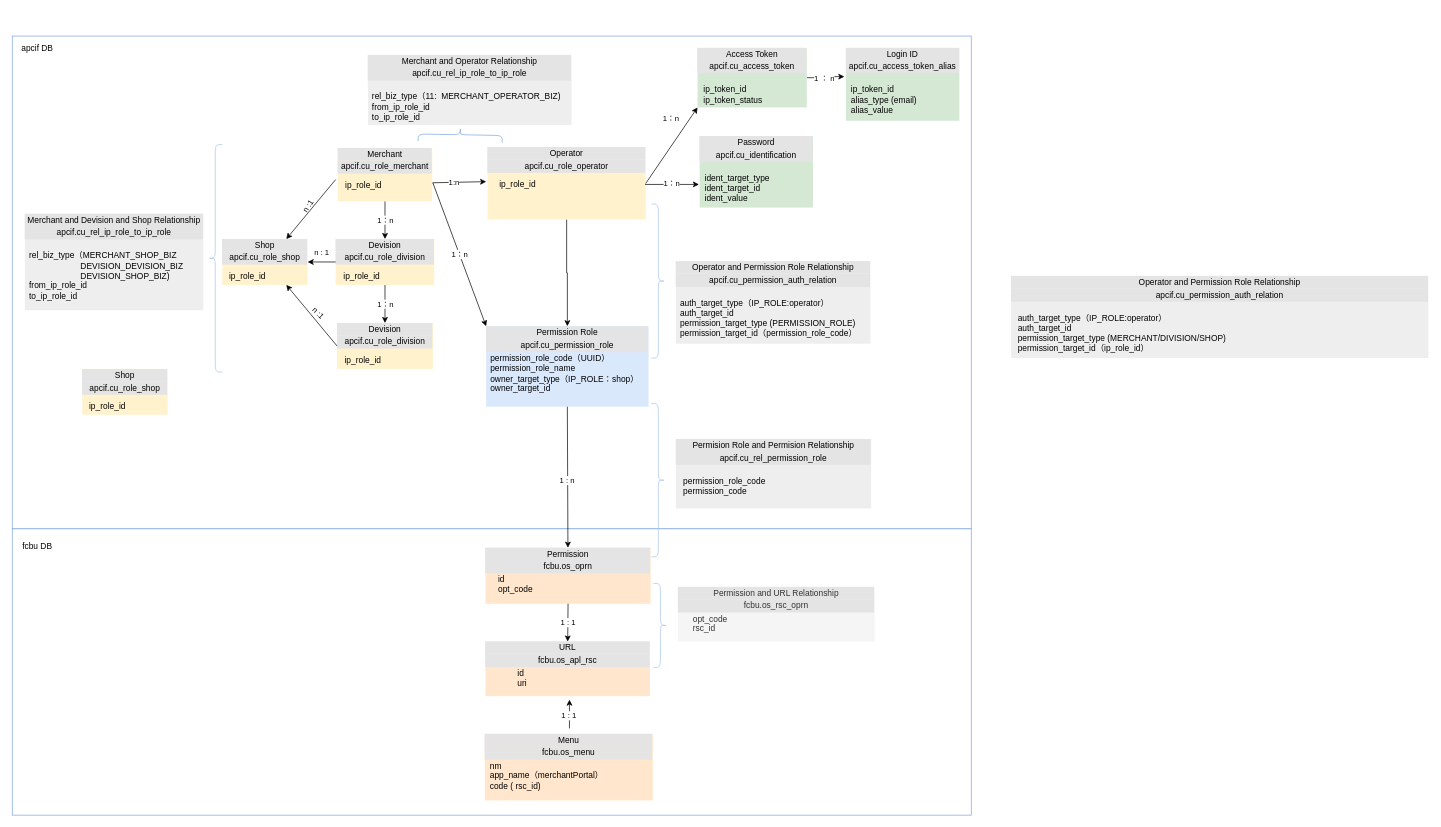
Before: page "模型" (4 of 5) of Merchant portal.drawio in renqiuming/drawio, a draw.io diagram. Source tidied: cells renumbered, new cells numbered last; positions are measured from the earlier drawing's top-left corner, leaving out a move shared by most shapes. Both pictures are drawn from the tidied source at 70%, with x=0, y=0 at pixel (12, 36).
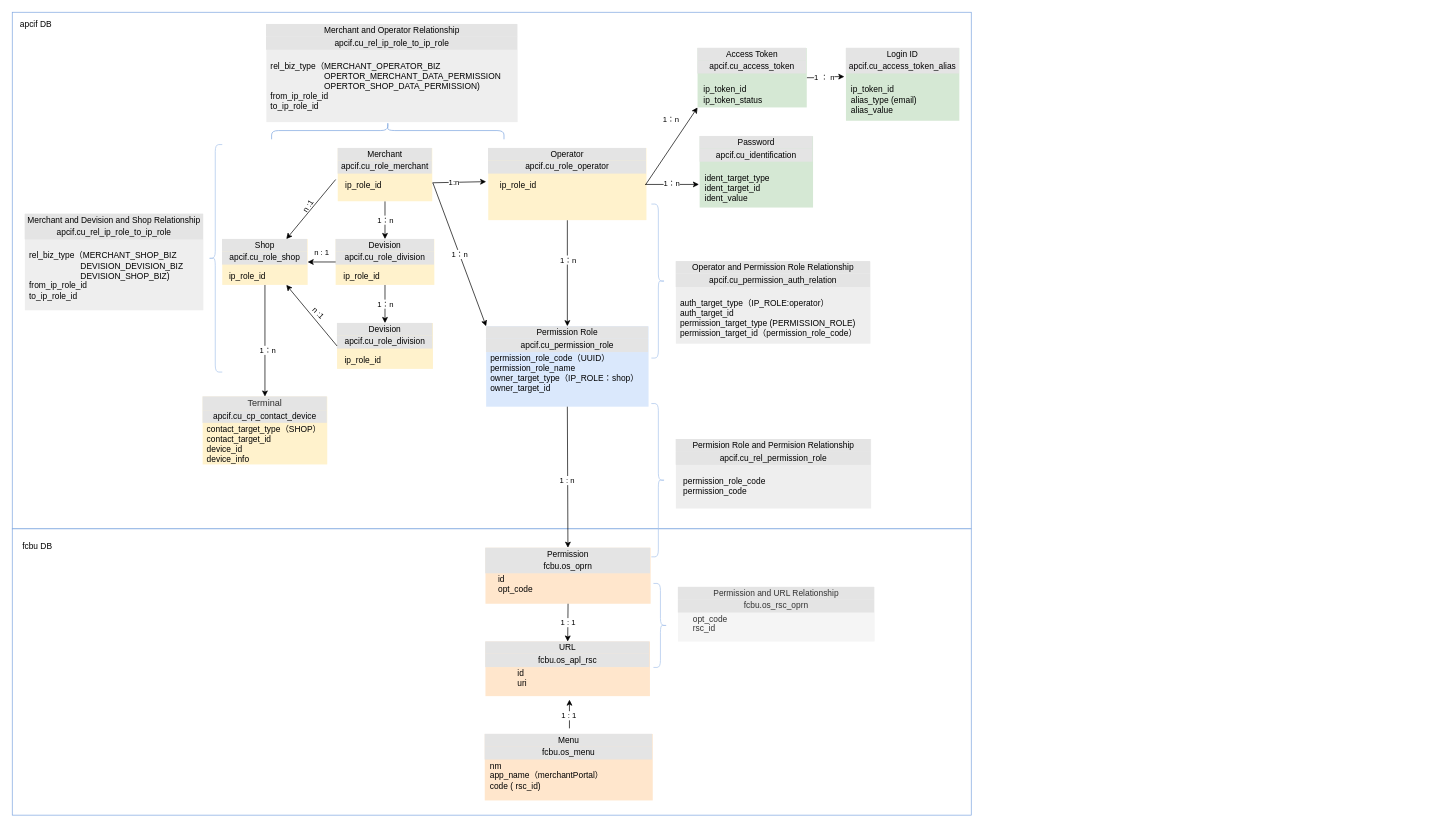
After the change.

The change refers to these unchanged cells:
```xml
<mxCell id="6" value="&lt;div style=&quot;box-sizing: border-box ; width: 100% ; background: #e4e4e4 ; padding: 2px&quot;&gt;Access Token&lt;/div&gt;&lt;div style=&quot;box-sizing: border-box ; width: 100% ; background: #e4e4e4 ; padding: 2px&quot;&gt;apcif.cu_access_token&lt;/div&gt;&lt;table style=&quot;width: 100% ; font-size: 1em&quot; cellpadding=&quot;2&quot; cellspacing=&quot;0&quot;&gt;&lt;tbody&gt;&lt;tr&gt;&lt;td&gt;&lt;/td&gt;&lt;td style=&quot;text-align: left&quot;&gt;&lt;br&gt;ip_token_id&lt;br&gt;ip_token_status&lt;br&gt;&lt;/td&gt;&lt;/tr&gt;&lt;tr&gt;&lt;td style=&quot;text-align: left&quot;&gt;&lt;br&gt;&lt;/td&gt;&lt;td style=&quot;text-align: left&quot;&gt;&lt;br&gt;&lt;/td&gt;&lt;/tr&gt;&lt;tr&gt;&lt;td&gt;&lt;/td&gt;&lt;td&gt;&lt;br&gt;&lt;/td&gt;&lt;/tr&gt;&lt;/tbody&gt;&lt;/table&gt;" style="verticalAlign=top;align=center;overflow=fill;html=1;fillColor=#d5e8d4;strokeColor=none;" parent="1" vertex="1">
  <mxGeometry x="979" y="17" width="156" height="85" as="geometry" />
</mxCell>
<mxCell id="16" value="&lt;div style=&quot;box-sizing: border-box ; width: 100% ; background: #e4e4e4 ; padding: 2px&quot;&gt;Shop&lt;/div&gt;&lt;div style=&quot;box-sizing: border-box ; width: 100% ; background: #e4e4e4 ; padding: 2px&quot;&gt;apcif.cu_role_shop&lt;/div&gt;&lt;table style=&quot;width: 100% ; font-size: 1em&quot; cellpadding=&quot;2&quot; cellspacing=&quot;0&quot;&gt;&lt;tbody&gt;&lt;tr&gt;&lt;td&gt;&lt;br&gt;&lt;br&gt;&lt;/td&gt;&lt;td style=&quot;text-align: left&quot;&gt;ip_role_id&lt;/td&gt;&lt;/tr&gt;&lt;tr&gt;&lt;td style=&quot;text-align: left&quot;&gt;&lt;br&gt;&lt;/td&gt;&lt;td style=&quot;text-align: left&quot;&gt;&lt;br&gt;&lt;/td&gt;&lt;/tr&gt;&lt;tr&gt;&lt;td&gt;&lt;/td&gt;&lt;td&gt;&lt;br&gt;&lt;/td&gt;&lt;/tr&gt;&lt;/tbody&gt;&lt;/table&gt;" style="verticalAlign=top;align=center;overflow=fill;html=1;fillColor=#fff2cc;strokeColor=none;" parent="1" vertex="1">
  <mxGeometry x="300" y="290" width="122" height="65.5" as="geometry" />
</mxCell>
<mxCell id="18" style="edgeStyle=orthogonalEdgeStyle;rounded=0;jettySize=auto;html=1;entryX=0.5;entryY=0;entryDx=0;entryDy=0;" parent="1" edge="1" source="19" target="20">
  <mxGeometry relative="1" as="geometry" />
</mxCell>
```

What changed in the source:
```diff
@@
     <mxCell id="2" style="rounded=0;whiteSpace=wrap;html=1;strokeColor=#7EA6E0;" parent="1" vertex="1">
-      <mxGeometry width="1370" height="704" as="geometry" />
+      <mxGeometry y="-34" width="1370" height="738" as="geometry" />
     </mxCell>
@@
+    <mxCell id="53" style="edgeStyle=orthogonalEdgeStyle;rounded=0;jettySize=auto;html=1;entryX=0.5;entryY=0;entryDx=0;entryDy=0;" parent="1" edge="1" source="16" target="51">
+      <mxGeometry relative="1" as="geometry" />
+    </mxCell>
+    <mxCell id="54" value="1：n" style="edgeLabel;html=1;align=center;verticalAlign=middle;" parent="53" vertex="1">
+      <mxGeometry x="0.15" y="3" relative="1" as="geometry">
+        <mxPoint y="1" as="offset" />
+      </mxGeometry>
+    </mxCell>
@@
+    <mxCell id="55" value="1：n" style="edgeLabel;html=1;align=center;verticalAlign=middle;" parent="18" vertex="1">
+      <mxGeometry x="-0.26" relative="1" as="geometry" />
+    </mxCell>
     <mxCell id="19" value="&lt;div style=&quot;box-sizing: border-box ; width: 100% ; background: #e4e4e4 ; padding: 2px&quot;&gt;Operator&lt;/div&gt;&lt;div style=&quot;box-sizing: border-box ; width: 100% ; background: #e4e4e4 ; padding: 2px&quot;&gt;apcif.cu_role_operator&lt;/div&gt;&lt;table style=&quot;width: 100% ; font-size: 1em&quot; cellpadding=&quot;2&quot; cellspacing=&quot;0&quot;&gt;&lt;tbody&gt;&lt;tr&gt;&lt;td&gt;&lt;br&gt;&lt;br&gt;&lt;/td&gt;&lt;td style=&quot;text-align: left&quot;&gt;ip_role_id&lt;/td&gt;&lt;/tr&gt;&lt;tr&gt;&lt;td style=&quot;text-align: left&quot;&gt;&lt;br&gt;&lt;/td&gt;&lt;td style=&quot;text-align: left&quot;&gt;&lt;br&gt;&lt;/td&gt;&lt;/tr&gt;&lt;tr&gt;&lt;td&gt;&lt;/td&gt;&lt;td&gt;&lt;br&gt;&lt;/td&gt;&lt;/tr&gt;&lt;/tbody&gt;&lt;/table&gt;" style="verticalAlign=top;align=center;overflow=fill;html=1;fillColor=#fff2cc;strokeColor=none;" parent="1" vertex="1">
-      <mxGeometry x="679" y="159" width="226" height="103" as="geometry" />
+      <mxGeometry x="680" y="160" width="226" height="103" as="geometry" />
     </mxCell>
@@
-    <mxCell id="25" style="endArrow=classic;html=1;rounded=0;exitX=1;exitY=0.5;exitDx=0;exitDy=0;entryX=0;entryY=1;entryDx=0;entryDy=0;" parent="1" edge="1" source="19" target="6">
-      <mxGeometry relative="1" as="geometry" />
+    <mxCell id="25" style="endArrow=classic;html=1;rounded=0;entryX=0;entryY=1;entryDx=0;entryDy=0;" parent="1" edge="1" target="6">
+      <mxGeometry relative="1" as="geometry">
+        <mxPoint x="905" y="212" as="sourcePoint" />
+      </mxGeometry>
     </mxCell>
@@
-    <mxCell id="32" style="shape=curlyBracket;whiteSpace=wrap;html=1;rounded=1;flipH=1;strokeColor=#7EA6E0;rotation=-89;" parent="1" vertex="1">
-      <mxGeometry x="630" y="81" width="20" height="120" as="geometry" />
+    <mxCell id="32" style="shape=curlyBracket;whiteSpace=wrap;html=1;rounded=1;flipH=1;strokeColor=#7EA6E0;rotation=-90;" parent="1" vertex="1">
+      <mxGeometry x="524" y="-31" width="25" height="332" as="geometry" />
     </mxCell>
-    <mxCell id="33" value="&lt;div style=&quot;box-sizing: border-box ; width: 100% ; background: #e4e4e4 ; padding: 2px&quot;&gt;Merchant and Operator Relationship&lt;/div&gt;&lt;div style=&quot;box-sizing: border-box ; width: 100% ; background: #e4e4e4 ; padding: 2px&quot;&gt;apcif.cu_rel_ip_role_to_ip_role&lt;/div&gt;&lt;table style=&quot;width: 100% ; font-size: 1em&quot; cellpadding=&quot;2&quot; cellspacing=&quot;0&quot;&gt;&lt;tbody&gt;&lt;tr&gt;&lt;td&gt;&lt;/td&gt;&lt;td&gt;&lt;div style=&quot;text-align: left&quot;&gt;&lt;br&gt;&lt;/div&gt;&lt;div style=&quot;text-align: left&quot;&gt;rel_biz_type（&lt;span style=&quot;font-size: 1em; background-color: initial;&quot;&gt;11:&amp;nbsp; MERCHANT_OPERATOR_BIZ)&lt;/span&gt;&lt;/div&gt;&lt;div style=&quot;text-align: left&quot;&gt;from_ip_role_id&lt;span style=&quot;font-size: 1em&quot;&gt;&lt;br&gt;&lt;/span&gt;&lt;/div&gt;&lt;div style=&quot;text-align: left&quot;&gt;to_ip_role_id&lt;br&gt;&lt;/div&gt;&lt;/td&gt;&lt;/tr&gt;&lt;tr&gt;&lt;td style=&quot;text-align: left&quot;&gt;&lt;br&gt;&lt;/td&gt;&lt;td style=&quot;text-align: left&quot;&gt;&lt;br&gt;&lt;/td&gt;&lt;/tr&gt;&lt;tr&gt;&lt;td&gt;&lt;/td&gt;&lt;td&gt;&lt;br&gt;&lt;/td&gt;&lt;/tr&gt;&lt;/tbody&gt;&lt;/table&gt;" style="verticalAlign=top;align=center;overflow=fill;html=1;fillColor=#eeeeee;strokeColor=none;" parent="1" vertex="1">
-      <mxGeometry x="508" y="27" width="291" height="100" as="geometry" />
+    <mxCell id="33" value="&lt;div style=&quot;box-sizing: border-box ; width: 100% ; background: #e4e4e4 ; padding: 2px&quot;&gt;Merchant and Operator Relationship&lt;/div&gt;&lt;div style=&quot;box-sizing: border-box ; width: 100% ; background: #e4e4e4 ; padding: 2px&quot;&gt;apcif.cu_rel_ip_role_to_ip_role&lt;/div&gt;&lt;table style=&quot;width: 100% ; font-size: 1em&quot; cellpadding=&quot;2&quot; cellspacing=&quot;0&quot;&gt;&lt;tbody&gt;&lt;tr&gt;&lt;td&gt;&lt;/td&gt;&lt;td&gt;&lt;div style=&quot;text-align: left&quot;&gt;&lt;br&gt;&lt;/div&gt;&lt;div style=&quot;text-align: left&quot;&gt;rel_biz_type（&lt;span style=&quot;font-size: 1em; background-color: initial;&quot;&gt;MERCHANT_OPERATOR_BIZ&lt;/span&gt;&lt;/div&gt;&lt;div style=&quot;text-align: left&quot;&gt;&lt;span style=&quot;font-size: 1em; background-color: initial;&quot;&gt;&amp;nbsp; &amp;nbsp; &amp;nbsp; &amp;nbsp; &amp;nbsp; &amp;nbsp; &amp;nbsp; &amp;nbsp; &amp;nbsp; &amp;nbsp; &amp;nbsp; &amp;nbsp;OPERTOR_MERCHANT_DATA_PERMISSION&lt;/span&gt;&lt;/div&gt;&lt;div style=&quot;text-align: left&quot;&gt;&lt;span style=&quot;font-size: 1em; background-color: initial;&quot;&gt;&lt;span style=&quot;&quot;&gt; &lt;/span&gt;&lt;span style=&quot;&quot;&gt; &lt;/span&gt;&amp;nbsp; &amp;nbsp; &amp;nbsp; &amp;nbsp;&lt;span style=&quot;&quot;&gt; &lt;/span&gt;&lt;span style=&quot;&quot;&gt; &lt;/span&gt;&amp;nbsp; &amp;nbsp; &amp;nbsp; &amp;nbsp; &amp;nbsp; &amp;nbsp; &amp;nbsp; &amp;nbsp;OPERTOR_SHOP&lt;/span&gt;&lt;span style=&quot;background-color: initial; font-size: 1em;&quot;&gt;_DATA_PERMISSION&lt;/span&gt;&lt;span style=&quot;background-color: initial; font-size: 1em;&quot;&gt;)&lt;/span&gt;&lt;/div&gt;&lt;div style=&quot;text-align: left&quot;&gt;from_ip_role_id&lt;span style=&quot;font-size: 1em&quot;&gt;&lt;br&gt;&lt;/span&gt;&lt;/div&gt;&lt;div style=&quot;text-align: left&quot;&gt;to_ip_role_id&lt;br&gt;&lt;/div&gt;&lt;/td&gt;&lt;/tr&gt;&lt;tr&gt;&lt;td style=&quot;text-align: left&quot;&gt;&lt;br&gt;&lt;/td&gt;&lt;td style=&quot;text-align: left&quot;&gt;&lt;br&gt;&lt;/td&gt;&lt;/tr&gt;&lt;tr&gt;&lt;td&gt;&lt;/td&gt;&lt;td&gt;&lt;br&gt;&lt;/td&gt;&lt;/tr&gt;&lt;/tbody&gt;&lt;/table&gt;" style="verticalAlign=top;align=center;overflow=fill;html=1;fillColor=#eeeeee;strokeColor=none;" parent="1" vertex="1">
+      <mxGeometry x="363" y="-17" width="359" height="140" as="geometry" />
     </mxCell>
@@
     <mxCell id="44" value="apcif DB" style="text;html=1;strokeColor=none;fillColor=none;align=center;verticalAlign=middle;whiteSpace=wrap;rounded=0;" parent="1" vertex="1">
-      <mxGeometry x="6" y="3" width="60" height="30" as="geometry" />
+      <mxGeometry x="4" y="-31" width="60" height="30" as="geometry" />
     </mxCell>
@@
-    <mxCell id="51" value="&lt;div style=&quot;box-sizing: border-box ; width: 100% ; background: #e4e4e4 ; padding: 2px&quot;&gt;Shop&lt;/div&gt;&lt;div style=&quot;box-sizing: border-box ; width: 100% ; background: #e4e4e4 ; padding: 2px&quot;&gt;apcif.cu_role_shop&lt;/div&gt;&lt;table style=&quot;width: 100% ; font-size: 1em&quot; cellpadding=&quot;2&quot; cellspacing=&quot;0&quot;&gt;&lt;tbody&gt;&lt;tr&gt;&lt;td&gt;&lt;br&gt;&lt;br&gt;&lt;/td&gt;&lt;td style=&quot;text-align: left&quot;&gt;ip_role_id&lt;/td&gt;&lt;/tr&gt;&lt;tr&gt;&lt;td style=&quot;text-align: left&quot;&gt;&lt;br&gt;&lt;/td&gt;&lt;td style=&quot;text-align: left&quot;&gt;&lt;br&gt;&lt;/td&gt;&lt;/tr&gt;&lt;tr&gt;&lt;td&gt;&lt;/td&gt;&lt;td&gt;&lt;br&gt;&lt;/td&gt;&lt;/tr&gt;&lt;/tbody&gt;&lt;/table&gt;" style="verticalAlign=top;align=center;overflow=fill;html=1;fillColor=#fff2cc;strokeColor=none;" parent="1" vertex="1">
-      <mxGeometry x="100" y="475.5" width="122" height="65.5" as="geometry" />
+    <mxCell id="51" value="&lt;div style=&quot;box-sizing: border-box ; width: 100% ; background: #e4e4e4 ; padding: 2px&quot;&gt;&lt;span style=&quot;caret-color: rgb(46, 46, 46); color: rgb(46, 46, 46); font-family: Hei; font-size: 13px; text-align: start; text-size-adjust: auto;&quot;&gt;Terminal&lt;/span&gt;&lt;br&gt;&lt;/div&gt;&lt;div style=&quot;box-sizing: border-box ; width: 100% ; background: #e4e4e4 ; padding: 2px&quot;&gt;apcif.cu_cp_contact_device&lt;/div&gt;&lt;table style=&quot;width: 100% ; font-size: 1em&quot; cellpadding=&quot;2&quot; cellspacing=&quot;0&quot;&gt;&lt;tbody&gt;&lt;tr&gt;&lt;td&gt;&lt;br&gt;&lt;br&gt;&lt;/td&gt;&lt;td style=&quot;text-align: left&quot;&gt;contact_target_type（SHOP）&lt;br&gt;contact_target_id&lt;br&gt;device_id&lt;br&gt;device_info&lt;br&gt;&lt;/td&gt;&lt;/tr&gt;&lt;tr&gt;&lt;td style=&quot;text-align: left&quot;&gt;&lt;br&gt;&lt;/td&gt;&lt;td style=&quot;text-align: left&quot;&gt;&lt;br&gt;&lt;/td&gt;&lt;/tr&gt;&lt;tr&gt;&lt;td&gt;&lt;/td&gt;&lt;td&gt;&lt;br&gt;&lt;/td&gt;&lt;/tr&gt;&lt;/tbody&gt;&lt;/table&gt;" style="verticalAlign=top;align=center;overflow=fill;html=1;fillColor=#fff2cc;strokeColor=none;" parent="1" vertex="1">
+      <mxGeometry x="272" y="515" width="178" height="97" as="geometry" />
     </mxCell>
-    <mxCell id="52" value="&lt;div style=&quot;box-sizing: border-box ; width: 100% ; background: #e4e4e4 ; padding: 2px&quot;&gt;Operator and Permission Role Relationship&lt;/div&gt;&lt;div style=&quot;box-sizing: border-box ; width: 100% ; background: #e4e4e4 ; padding: 2px&quot;&gt;apcif.cu_permission_auth_relation&lt;/div&gt;&lt;table style=&quot;width: 100% ; font-size: 1em&quot; cellpadding=&quot;2&quot; cellspacing=&quot;0&quot;&gt;&lt;tbody&gt;&lt;tr&gt;&lt;td&gt;&lt;br&gt;&lt;br&gt;&lt;/td&gt;&lt;td style=&quot;text-align: left&quot;&gt;&lt;br&gt;auth_target_type（IP_ROLE:operator）&lt;br&gt;auth_target_id&lt;br&gt;permission_target_type (MERCHANT/DIVISION/SHOP)&lt;br&gt;permission_target_id（ip_role_id）&lt;br&gt;&lt;/td&gt;&lt;/tr&gt;&lt;tr&gt;&lt;td style=&quot;text-align: left&quot;&gt;&lt;br&gt;&lt;/td&gt;&lt;td style=&quot;text-align: left&quot;&gt;&lt;br&gt;&lt;/td&gt;&lt;/tr&gt;&lt;tr&gt;&lt;td&gt;&lt;/td&gt;&lt;td&gt;&lt;br&gt;&lt;/td&gt;&lt;/tr&gt;&lt;/tbody&gt;&lt;/table&gt;" style="verticalAlign=top;align=center;overflow=fill;html=1;fillColor=#eeeeee;strokeColor=none;" parent="1" vertex="1">
-      <mxGeometry x="1427" y="342.5" width="596" height="117.5" as="geometry" />
-    </mxCell>
```
